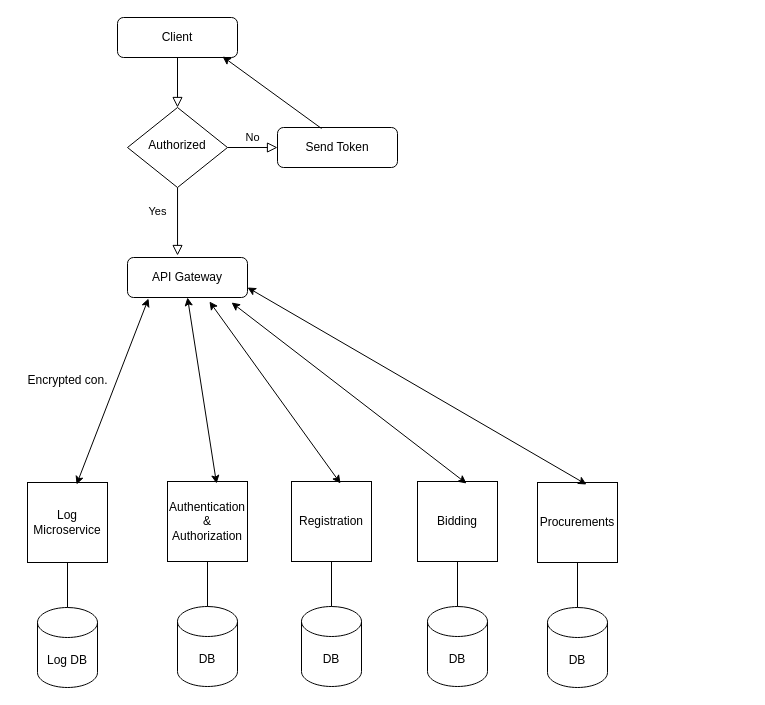
The draw.io diagram Untitled Diagram.drawio in tharakadoo/assignmentASE, before the edit. Source tidied: cells renumbered, new cells numbered last; positions are measured from the earlier drawing's top-left corner, leaving out a move shared by most shapes. Both pictures are drawn from the tidied source at 100%, with x=0, y=0 at pixel (17, 17).
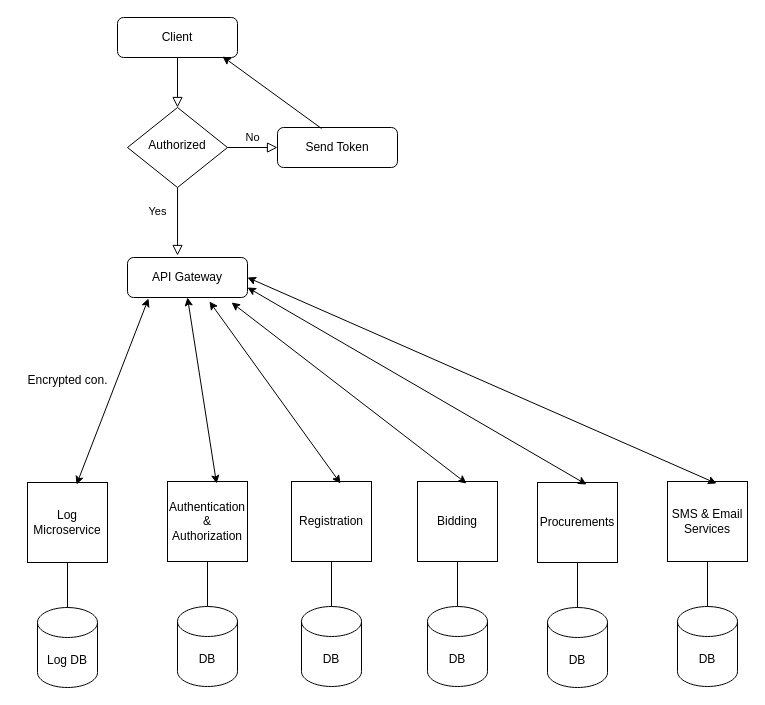
The same page after the edit.

Unchanged cells that the change refers to:
```xml
<mxCell id="8" value="API Gateway" style="rounded=1;whiteSpace=wrap;html=1;fontSize=12;glass=0;strokeWidth=1;shadow=0;" parent="1" vertex="1">
  <mxGeometry x="110" y="240" width="120" height="40" as="geometry" />
</mxCell>
```

Diff of the diagram source:
```diff
@@
+    <mxCell id="31" value="SMS &amp;amp; Email Services" style="whiteSpace=wrap;html=1;" parent="1" vertex="1">
+      <mxGeometry x="650" y="464" width="80" height="80" as="geometry" />
+    </mxCell>
+    <mxCell id="32" style="endArrow=classic;startArrow=classic;html=1;rounded=0;entryX=1;entryY=0.5;entryDx=0;entryDy=0;exitX=0.613;exitY=0.025;exitDx=0;exitDy=0;exitPerimeter=0;" parent="1" edge="1" source="31" target="8">
+      <mxGeometry relative="1" as="geometry" />
+    </mxCell>
+    <mxCell id="33" value="DB" style="shape=cylinder3;whiteSpace=wrap;html=1;boundedLbl=1;backgroundOutline=1;size=15;" parent="1" vertex="1">
+      <mxGeometry x="660" y="589" width="60" height="80" as="geometry" />
+    </mxCell>
+    <mxCell id="34" style="endArrow=none;html=1;rounded=0;entryX=0.5;entryY=1;entryDx=0;entryDy=0;" parent="1" edge="1" target="31">
+      <mxGeometry relative="1" as="geometry">
+        <mxPoint x="690" y="589" as="sourcePoint" />
+      </mxGeometry>
+    </mxCell>
```
